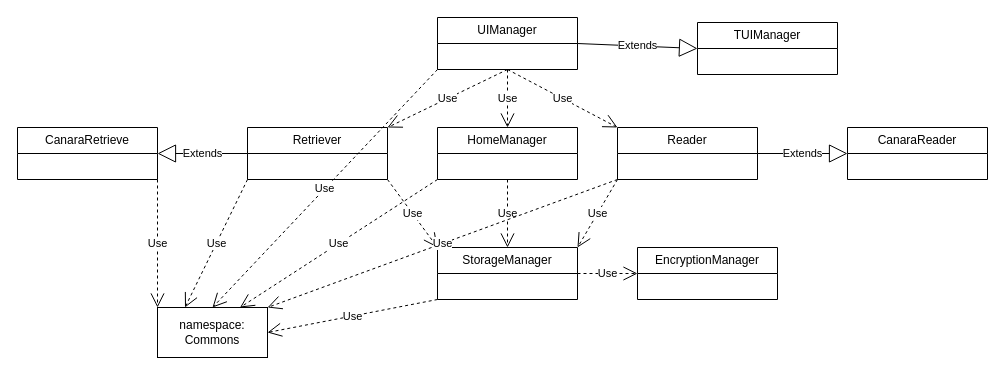
The draw.io diagram page "Class_Diagram" (3 of 3) of doc/unified_dia_doc.drawio in nofea/home-financials, before the edit. Source tidied: cells renumbered, new cells numbered last; positions are measured from the earlier drawing's top-left corner, leaving out a move shared by most shapes. Both pictures are drawn from the tidied source at 100%, with x=0, y=0 at pixel (17, 17).
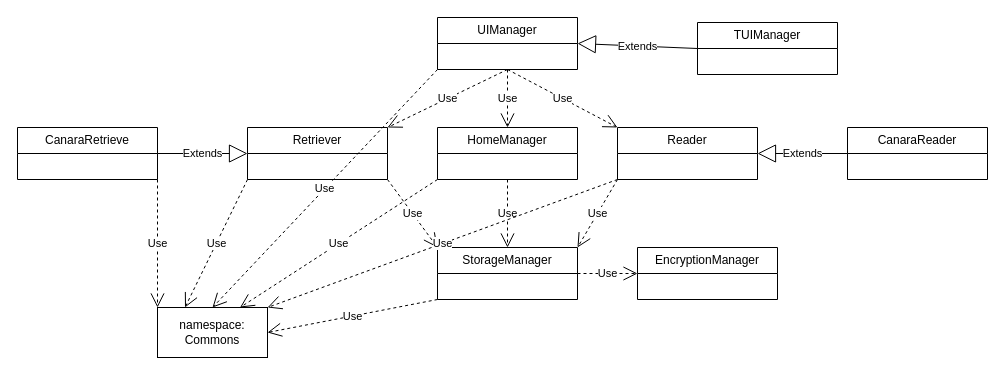
The same page after the edit.

Unchanged cells that the change refers to:
```xml
<mxCell id="3" value="UIManager" style="swimlane;fontStyle=0;horizontal=1;startSize=26;fillColor=none;whiteSpace=wrap;html=1;" parent="1" vertex="1">
  <mxGeometry x="420" width="140" height="52" as="geometry" />
</mxCell>
<mxCell id="4" value="Reader" style="swimlane;fontStyle=0;horizontal=1;startSize=26;fillColor=none;whiteSpace=wrap;html=1;" parent="1" vertex="1">
  <mxGeometry x="600" y="110" width="140" height="52" as="geometry" />
</mxCell>
<mxCell id="5" value="Retriever" style="swimlane;fontStyle=0;horizontal=1;startSize=26;fillColor=none;whiteSpace=wrap;html=1;" parent="1" vertex="1">
  <mxGeometry x="230" y="110" width="140" height="52" as="geometry" />
</mxCell>
<mxCell id="16" value="TUIManager" style="swimlane;fontStyle=0;horizontal=1;startSize=26;fillColor=none;whiteSpace=wrap;html=1;" parent="1" vertex="1">
  <mxGeometry x="680" y="5" width="140" height="52" as="geometry" />
</mxCell>
<mxCell id="17" value="CanaraReader" style="swimlane;fontStyle=0;horizontal=1;startSize=26;fillColor=none;whiteSpace=wrap;html=1;" parent="1" vertex="1">
  <mxGeometry x="830" y="110" width="140" height="52" as="geometry" />
</mxCell>
<mxCell id="19" value="CanaraRetrieve" style="swimlane;fontStyle=0;horizontal=1;startSize=26;fillColor=none;whiteSpace=wrap;html=1;" parent="1" vertex="1">
  <mxGeometry y="110" width="140" height="52" as="geometry" />
</mxCell>
```

What changed in the source:
```diff
@@
-    <mxCell id="15" value="Extends" style="endArrow=block;endSize=16;endFill=0;html=1;rounded=0;exitX=1;exitY=0.5;exitDx=0;exitDy=0;entryX=0;entryY=0.5;entryDx=0;entryDy=0;" parent="1" edge="1" source="3" target="16">
+    <mxCell id="15" value="Extends" style="endArrow=block;endSize=16;endFill=0;html=1;rounded=0;entryX=1;entryY=0.5;entryDx=0;entryDy=0;exitX=0;exitY=0.5;exitDx=0;exitDy=0;" parent="1" edge="1" source="16" target="3">
       <mxGeometry relative="1" as="geometry" />
     </mxCell>
@@
-    <mxCell id="18" value="Extends" style="endArrow=block;endSize=16;endFill=0;html=1;rounded=0;exitX=1;exitY=0.5;exitDx=0;exitDy=0;entryX=0;entryY=0.5;entryDx=0;entryDy=0;" parent="1" edge="1" source="4" target="17">
+    <mxCell id="18" value="Extends" style="endArrow=block;endSize=16;endFill=0;html=1;rounded=0;entryX=1;entryY=0.5;entryDx=0;entryDy=0;exitX=0;exitY=0.5;exitDx=0;exitDy=0;" parent="1" edge="1" source="17" target="4">
       <mxGeometry relative="1" as="geometry" />
     </mxCell>
@@
-    <mxCell id="20" value="Extends" style="endArrow=block;endSize=16;endFill=0;html=1;rounded=0;exitX=0;exitY=0.5;exitDx=0;exitDy=0;entryX=1;entryY=0.5;entryDx=0;entryDy=0;" parent="1" edge="1" source="5" target="19">
+    <mxCell id="20" value="Extends" style="endArrow=block;endSize=16;endFill=0;html=1;rounded=0;exitX=1;exitY=0.5;exitDx=0;exitDy=0;entryX=0;entryY=0.5;entryDx=0;entryDy=0;" parent="1" edge="1" source="19" target="5">
       <mxGeometry relative="1" as="geometry" />
     </mxCell>
```
